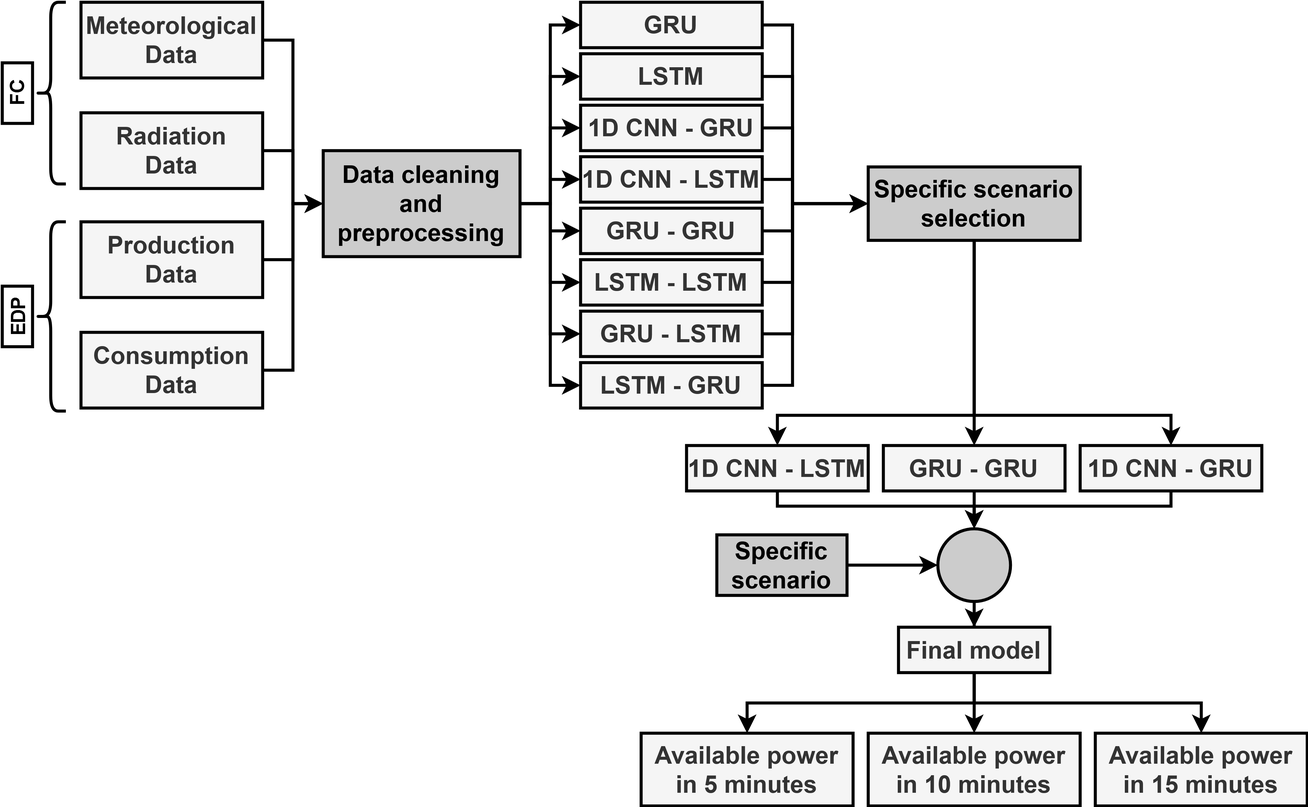
Above: Images/Work.png in tomasbogalho/Tom-s-Bogalho-MSc-Thesis-New (draw.io), before the change. Source tidied: cells renumbered, new cells last; positions are measured from the earlier drawing's top-left corner, leaving out a move shared by most shapes.
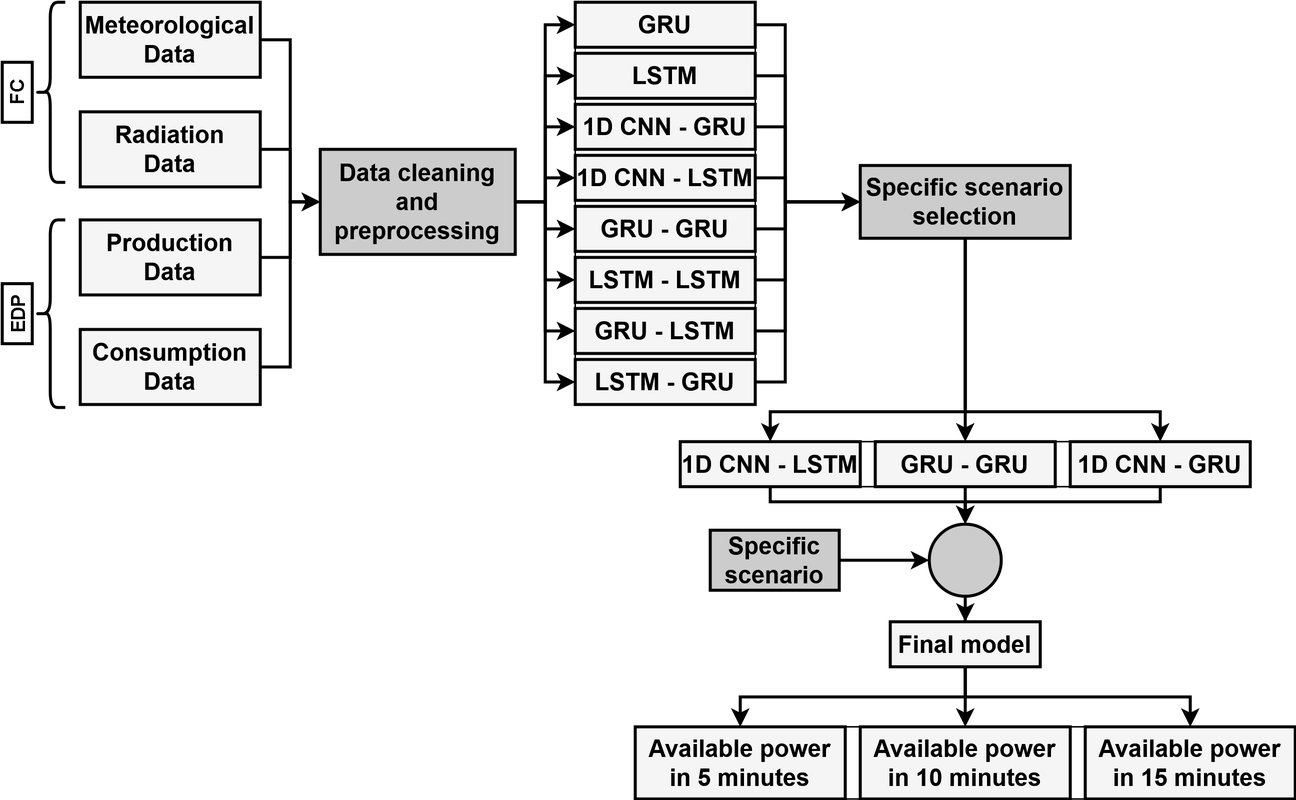
The same file after the commit.

Diff of the diagram source:
```diff
@@ -5,25 +5,25 @@
     <mxCell id="2" style="edgeStyle=orthogonalEdgeStyle;rounded=0;jettySize=auto;html=1;exitX=1;exitY=0.5;exitDx=0;exitDy=0;entryX=0;entryY=0.5;entryDx=0;entryDy=0;strokeWidth=2;" parent="1" edge="1" source="3" target="22">
       <mxGeometry relative="1" as="geometry" />
     </mxCell>
-    <mxCell id="3" value="&lt;div style=&quot;font-size: 16px;&quot;&gt;Meteorological &lt;br style=&quot;font-size: 16px;&quot;&gt;&lt;/div&gt;&lt;div style=&quot;font-size: 16px;&quot;&gt;Data&lt;br style=&quot;font-size: 16px;&quot;&gt;&lt;/div&gt;" style="rounded=0;whiteSpace=wrap;html=1;fontSize=16;strokeWidth=2;fontStyle=1;fillColor=#f5f5f5;fontColor=#333333;" parent="1" vertex="1">
+    <mxCell id="3" value="&lt;div style=&quot;font-size: 16px;&quot;&gt;Meteorological &lt;br style=&quot;font-size: 16px;&quot;&gt;&lt;/div&gt;&lt;div style=&quot;font-size: 16px;&quot;&gt;Data&lt;br style=&quot;font-size: 16px;&quot;&gt;&lt;/div&gt;" style="rounded=0;whiteSpace=wrap;html=1;fontSize=16;strokeWidth=2;fontStyle=1;fillColor=#f5f5f5;" parent="1" vertex="1">
       <mxGeometry x="62" width="120" height="50" as="geometry" />
     </mxCell>
     <mxCell id="4" style="edgeStyle=orthogonalEdgeStyle;rounded=0;jettySize=auto;html=1;exitX=1;exitY=0.5;exitDx=0;exitDy=0;entryX=0;entryY=0.5;entryDx=0;entryDy=0;strokeWidth=2;" parent="1" edge="1" source="5" target="22">
       <mxGeometry relative="1" as="geometry" />
     </mxCell>
-    <mxCell id="5" value="&lt;div style=&quot;font-size: 16px;&quot;&gt;Radiation &lt;br style=&quot;font-size: 16px;&quot;&gt;&lt;/div&gt;&lt;div style=&quot;font-size: 16px;&quot;&gt;Data&lt;br style=&quot;font-size: 16px;&quot;&gt;&lt;/div&gt;" style="rounded=0;whiteSpace=wrap;html=1;fontSize=16;strokeWidth=2;fontStyle=1;fillColor=#f5f5f5;fontColor=#333333;" parent="1" vertex="1">
+    <mxCell id="5" value="&lt;div style=&quot;font-size: 16px;&quot;&gt;Radiation &lt;br style=&quot;font-size: 16px;&quot;&gt;&lt;/div&gt;&lt;div style=&quot;font-size: 16px;&quot;&gt;Data&lt;br style=&quot;font-size: 16px;&quot;&gt;&lt;/div&gt;" style="rounded=0;whiteSpace=wrap;html=1;fontSize=16;strokeWidth=2;fontStyle=1;fillColor=#f5f5f5;" parent="1" vertex="1">
       <mxGeometry x="62" y="73" width="120" height="50" as="geometry" />
     </mxCell>
     <mxCell id="6" style="edgeStyle=orthogonalEdgeStyle;rounded=0;jettySize=auto;html=1;exitX=1;exitY=0.5;exitDx=0;exitDy=0;entryX=0;entryY=0.5;entryDx=0;entryDy=0;strokeWidth=2;" parent="1" edge="1" source="7" target="22">
       <mxGeometry relative="1" as="geometry" />
     </mxCell>
-    <mxCell id="7" value="&lt;div style=&quot;font-size: 16px;&quot;&gt;Consumption &lt;br style=&quot;font-size: 16px;&quot;&gt;&lt;/div&gt;&lt;div style=&quot;font-size: 16px;&quot;&gt;Data&lt;br style=&quot;font-size: 16px;&quot;&gt;&lt;/div&gt;" style="rounded=0;whiteSpace=wrap;html=1;fontSize=16;strokeWidth=2;fontStyle=1;fillColor=#f5f5f5;fontColor=#333333;" parent="1" vertex="1">
+    <mxCell id="7" value="&lt;div style=&quot;font-size: 16px;&quot;&gt;Consumption &lt;br style=&quot;font-size: 16px;&quot;&gt;&lt;/div&gt;&lt;div style=&quot;font-size: 16px;&quot;&gt;Data&lt;br style=&quot;font-size: 16px;&quot;&gt;&lt;/div&gt;" style="rounded=0;whiteSpace=wrap;html=1;fontSize=16;strokeWidth=2;fontStyle=1;fillColor=#f5f5f5;" parent="1" vertex="1">
       <mxGeometry x="62" y="218" width="120" height="50" as="geometry" />
     </mxCell>
     <mxCell id="8" style="edgeStyle=orthogonalEdgeStyle;rounded=0;jettySize=auto;html=1;exitX=1;exitY=0.5;exitDx=0;exitDy=0;entryX=0;entryY=0.5;entryDx=0;entryDy=0;strokeWidth=2;" parent="1" edge="1" source="9" target="22">
       <mxGeometry relative="1" as="geometry" />
     </mxCell>
-    <mxCell id="9" value="&lt;div style=&quot;font-size: 16px;&quot;&gt;Production &lt;br style=&quot;font-size: 16px;&quot;&gt;&lt;/div&gt;&lt;div style=&quot;font-size: 16px;&quot;&gt;Data&lt;br style=&quot;font-size: 16px;&quot;&gt;&lt;/div&gt;" style="rounded=0;whiteSpace=wrap;html=1;fontSize=16;strokeWidth=2;fontStyle=1;fillColor=#f5f5f5;fontColor=#333333;" parent="1" vertex="1">
+    <mxCell id="9" value="&lt;div style=&quot;font-size: 16px;&quot;&gt;Production &lt;br style=&quot;font-size: 16px;&quot;&gt;&lt;/div&gt;&lt;div style=&quot;font-size: 16px;&quot;&gt;Data&lt;br style=&quot;font-size: 16px;&quot;&gt;&lt;/div&gt;" style="rounded=0;whiteSpace=wrap;html=1;fontSize=16;strokeWidth=2;fontStyle=1;fillColor=#f5f5f5;" parent="1" vertex="1">
       <mxGeometry x="62" y="145" width="120" height="50" as="geometry" />
     </mxCell>
     <mxCell id="10" style="shape=curlyBracket;whiteSpace=wrap;html=1;rounded=1;strokeWidth=2;fontStyle=1;" parent="1" vertex="1">
@@ -174,31 +174,31 @@
     <mxCell id="41" style="edgeStyle=orthogonalEdgeStyle;rounded=0;jettySize=auto;html=1;exitX=0.5;exitY=1;exitDx=0;exitDy=0;entryX=0.5;entryY=0;entryDx=0;entryDy=0;strokeWidth=2;" parent="1" edge="1" source="42" target="46">
       <mxGeometry relative="1" as="geometry" />
     </mxCell>
-    <mxCell id="42" value="Final model" style="rounded=0;whiteSpace=wrap;html=1;fontSize=16;strokeWidth=2;fontStyle=1;fillColor=#f5f5f5;fontColor=#333333;" parent="1" vertex="1">
+    <mxCell id="42" value="Final model" style="rounded=0;whiteSpace=wrap;html=1;fontSize=16;strokeWidth=2;fontStyle=1;fillColor=#f5f5f5;" parent="1" vertex="1">
       <mxGeometry x="602" y="412.8" width="100" height="30" as="geometry" />
     </mxCell>
-    <mxCell id="43" style="group;fillColor=#ffffff;" parent="1" vertex="1">
+    <mxCell id="43" style="group;fillColor=#ffffff;strokeColor=#000000;" parent="1" vertex="1">
       <mxGeometry x="432" y="482.8" width="440" height="48.1" as="geometry" />
     </mxCell>
-    <mxCell id="44" value="Available power in 5 minutes" style="rounded=0;whiteSpace=wrap;html=1;fontSize=16;strokeWidth=2;fontStyle=1;fillColor=#f5f5f5;fontColor=#333333;" parent="43" vertex="1">
+    <mxCell id="44" value="Available power in 5 minutes" style="rounded=0;whiteSpace=wrap;html=1;fontSize=16;strokeWidth=2;fontStyle=1;fillColor=#f5f5f5;" parent="43" vertex="1">
       <mxGeometry width="140" height="48.1" as="geometry" />
     </mxCell>
-    <mxCell id="45" value="Available power in 10 minutes" style="rounded=0;whiteSpace=wrap;html=1;fontSize=16;strokeWidth=2;fontStyle=1;fillColor=#f5f5f5;fontColor=#333333;" parent="43" vertex="1">
+    <mxCell id="45" value="Available power in 10 minutes" style="rounded=0;whiteSpace=wrap;html=1;fontSize=16;strokeWidth=2;fontStyle=1;fillColor=#f5f5f5;" parent="43" vertex="1">
       <mxGeometry x="150" width="140" height="48.1" as="geometry" />
     </mxCell>
-    <mxCell id="46" value="Available power in 15 minutes" style="rounded=0;whiteSpace=wrap;html=1;fontSize=16;strokeWidth=2;fontStyle=1;fillColor=#f5f5f5;fontColor=#333333;" parent="43" vertex="1">
+    <mxCell id="46" value="Available power in 15 minutes" style="rounded=0;whiteSpace=wrap;html=1;fontSize=16;strokeWidth=2;fontStyle=1;fillColor=#f5f5f5;" parent="43" vertex="1">
       <mxGeometry x="300" width="140" height="48.1" as="geometry" />
     </mxCell>
-    <mxCell id="47" style="group;" parent="1" vertex="1">
+    <mxCell id="47" style="group;strokeColor=#000000;" parent="1" vertex="1">
       <mxGeometry x="462" y="292.8" width="380" height="30" as="geometry" />
     </mxCell>
-    <mxCell id="48" value="1D CNN - GRU" style="rounded=0;whiteSpace=wrap;html=1;fontSize=16;strokeWidth=2;fontStyle=1;fillColor=#f5f5f5;fontColor=#333333;" parent="47" vertex="1">
+    <mxCell id="48" value="1D CNN - GRU" style="rounded=0;whiteSpace=wrap;html=1;fontSize=16;strokeWidth=2;fontStyle=1;fillColor=#f5f5f5;" parent="47" vertex="1">
       <mxGeometry x="260" width="120" height="30" as="geometry" />
     </mxCell>
-    <mxCell id="49" value="1D CNN - LSTM" style="rounded=0;whiteSpace=wrap;html=1;fontSize=16;strokeWidth=2;fontStyle=1;fillColor=#f5f5f5;fontColor=#333333;" parent="47" vertex="1">
+    <mxCell id="49" value="1D CNN - LSTM" style="rounded=0;whiteSpace=wrap;html=1;fontSize=16;strokeWidth=2;fontStyle=1;fillColor=#f5f5f5;" parent="47" vertex="1">
       <mxGeometry width="120" height="30" as="geometry" />
     </mxCell>
-    <mxCell id="50" value="GRU - GRU" style="rounded=0;whiteSpace=wrap;html=1;fontSize=16;strokeWidth=2;fontStyle=1;fillColor=#f5f5f5;fontColor=#333333;" parent="47" vertex="1">
+    <mxCell id="50" value="GRU - GRU" style="rounded=0;whiteSpace=wrap;html=1;fontSize=16;strokeWidth=2;fontStyle=1;fillColor=#f5f5f5;" parent="47" vertex="1">
       <mxGeometry x="130" width="120" height="30" as="geometry" />
     </mxCell>
     <mxCell id="51" style="edgeStyle=orthogonalEdgeStyle;rounded=0;jettySize=auto;html=1;exitX=0.5;exitY=1;exitDx=0;exitDy=0;entryX=0.5;entryY=0;entryDx=0;entryDy=0;strokeWidth=2;" parent="1" edge="1" source="49" target="36">
@@ -220,31 +220,31 @@
     <mxCell id="53" style="edgeStyle=orthogonalEdgeStyle;rounded=0;jettySize=auto;html=1;exitX=0.5;exitY=1;exitDx=0;exitDy=0;entryX=0.5;entryY=0;entryDx=0;entryDy=0;strokeWidth=2;" parent="1" edge="1" source="50" target="36">
       <mxGeometry relative="1" as="geometry" />
     </mxCell>
-    <mxCell id="54" style="group;" parent="1" vertex="1">
+    <mxCell id="54" style="group;strokeColor=#000000;" parent="1" vertex="1">
       <mxGeometry x="392" width="120" height="268" as="geometry" />
     </mxCell>
-    <mxCell id="55" value="1D CNN - GRU" style="rounded=0;whiteSpace=wrap;html=1;fontSize=16;strokeWidth=2;fontStyle=1;fillColor=#f5f5f5;fontColor=#333333;" parent="54" vertex="1">
+    <mxCell id="55" value="1D CNN - GRU" style="rounded=0;whiteSpace=wrap;html=1;fontSize=16;strokeWidth=2;fontStyle=1;fillColor=#f5f5f5;" parent="54" vertex="1">
       <mxGeometry y="68" width="120" height="30" as="geometry" />
     </mxCell>
-    <mxCell id="56" value="1D CNN - LSTM" style="rounded=0;whiteSpace=wrap;html=1;fontSize=16;strokeWidth=2;fontStyle=1;fillColor=#f5f5f5;fontColor=#333333;" parent="54" vertex="1">
+    <mxCell id="56" value="1D CNN - LSTM" style="rounded=0;whiteSpace=wrap;html=1;fontSize=16;strokeWidth=2;fontStyle=1;fillColor=#f5f5f5;" parent="54" vertex="1">
       <mxGeometry y="102" width="120" height="30" as="geometry" />
     </mxCell>
-    <mxCell id="57" value="GRU - GRU" style="rounded=0;whiteSpace=wrap;html=1;fontSize=16;strokeWidth=2;fontStyle=1;fillColor=#f5f5f5;fontColor=#333333;" parent="54" vertex="1">
+    <mxCell id="57" value="GRU - GRU" style="rounded=0;whiteSpace=wrap;html=1;fontSize=16;strokeWidth=2;fontStyle=1;fillColor=#f5f5f5;" parent="54" vertex="1">
       <mxGeometry y="136" width="120" height="30" as="geometry" />
     </mxCell>
-    <mxCell id="58" value="LSTM - LSTM" style="rounded=0;whiteSpace=wrap;html=1;fontSize=16;strokeWidth=2;fontStyle=1;fillColor=#f5f5f5;fontColor=#333333;" parent="54" vertex="1">
+    <mxCell id="58" value="LSTM - LSTM" style="rounded=0;whiteSpace=wrap;html=1;fontSize=16;strokeWidth=2;fontStyle=1;fillColor=#f5f5f5;" parent="54" vertex="1">
       <mxGeometry y="170" width="120" height="30" as="geometry" />
     </mxCell>
-    <mxCell id="59" value="GRU - LSTM" style="rounded=0;whiteSpace=wrap;html=1;fontSize=16;strokeWidth=2;fontStyle=1;fillColor=#f5f5f5;fontColor=#333333;" parent="54" vertex="1">
+    <mxCell id="59" value="GRU - LSTM" style="rounded=0;whiteSpace=wrap;html=1;fontSize=16;strokeWidth=2;fontStyle=1;fillColor=#f5f5f5;" parent="54" vertex="1">
       <mxGeometry y="204" width="120" height="30" as="geometry" />
     </mxCell>
-    <mxCell id="60" value="LSTM - GRU" style="rounded=0;whiteSpace=wrap;html=1;fontSize=16;strokeWidth=2;fontStyle=1;fillColor=#f5f5f5;fontColor=#333333;" parent="54" vertex="1">
+    <mxCell id="60" value="LSTM - GRU" style="rounded=0;whiteSpace=wrap;html=1;fontSize=16;strokeWidth=2;fontStyle=1;fillColor=#f5f5f5;" parent="54" vertex="1">
       <mxGeometry y="238" width="120" height="30" as="geometry" />
     </mxCell>
-    <mxCell id="61" value="GRU" style="rounded=0;whiteSpace=wrap;html=1;fontSize=16;strokeWidth=2;fontStyle=1;fillColor=#f5f5f5;fontColor=#333333;" parent="54" vertex="1">
+    <mxCell id="61" value="GRU" style="rounded=0;whiteSpace=wrap;html=1;fontSize=16;strokeWidth=2;fontStyle=1;fillColor=#f5f5f5;" parent="54" vertex="1">
       <mxGeometry width="120" height="30" as="geometry" />
     </mxCell>
-    <mxCell id="62" value="LSTM" style="rounded=0;whiteSpace=wrap;html=1;fontSize=16;strokeWidth=2;fontStyle=1;fillColor=#f5f5f5;fontColor=#333333;" parent="54" vertex="1">
+    <mxCell id="62" value="LSTM" style="rounded=0;whiteSpace=wrap;html=1;fontSize=16;strokeWidth=2;fontStyle=1;fillColor=#f5f5f5;" parent="54" vertex="1">
       <mxGeometry y="34" width="120" height="30" as="geometry" />
     </mxCell>
   </root>
```
